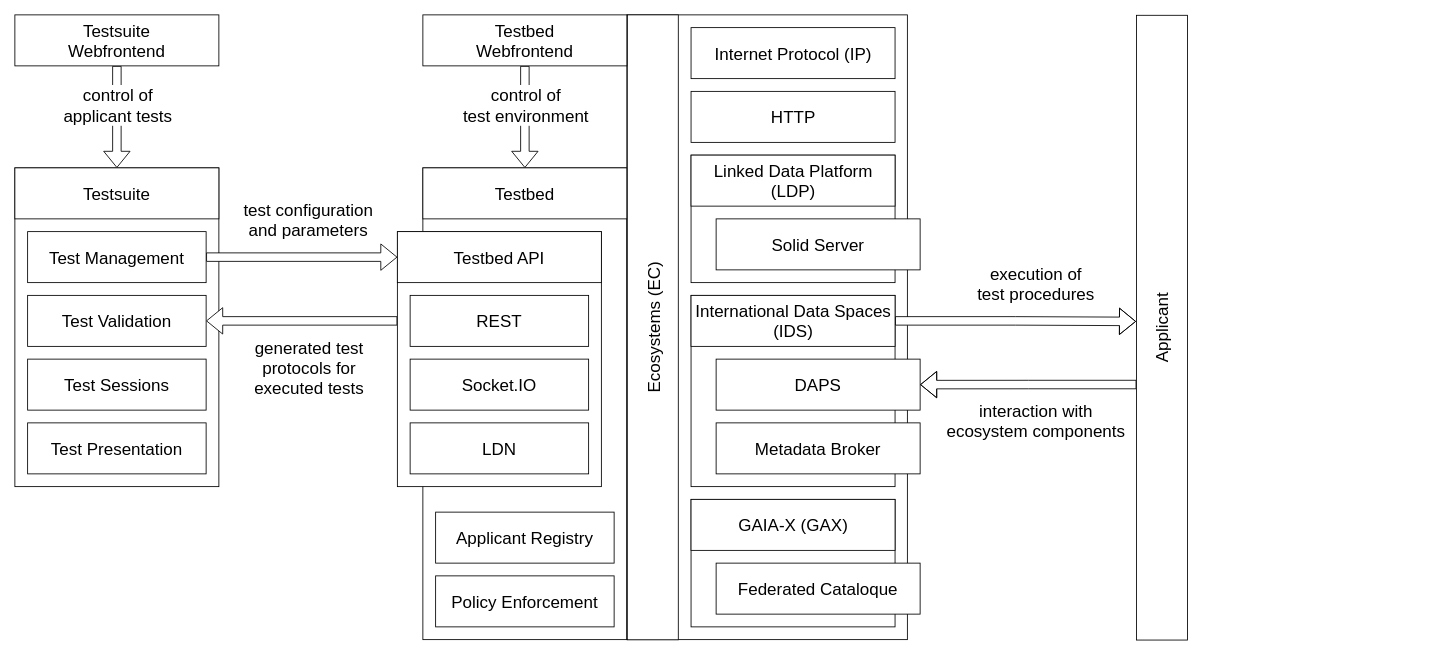
Above: documentation/tb-schema.drawio in nicosResearchAndDevelopment/fua.app.testbed (draw.io), before the change. Source tidied: cells renumbered, new cells numbered last; positions are measured from the earlier drawing's top-left corner, leaving out a move shared by most shapes. Both pictures are drawn from the tidied source at 85%, with x=0, y=0 at pixel (14, 14).
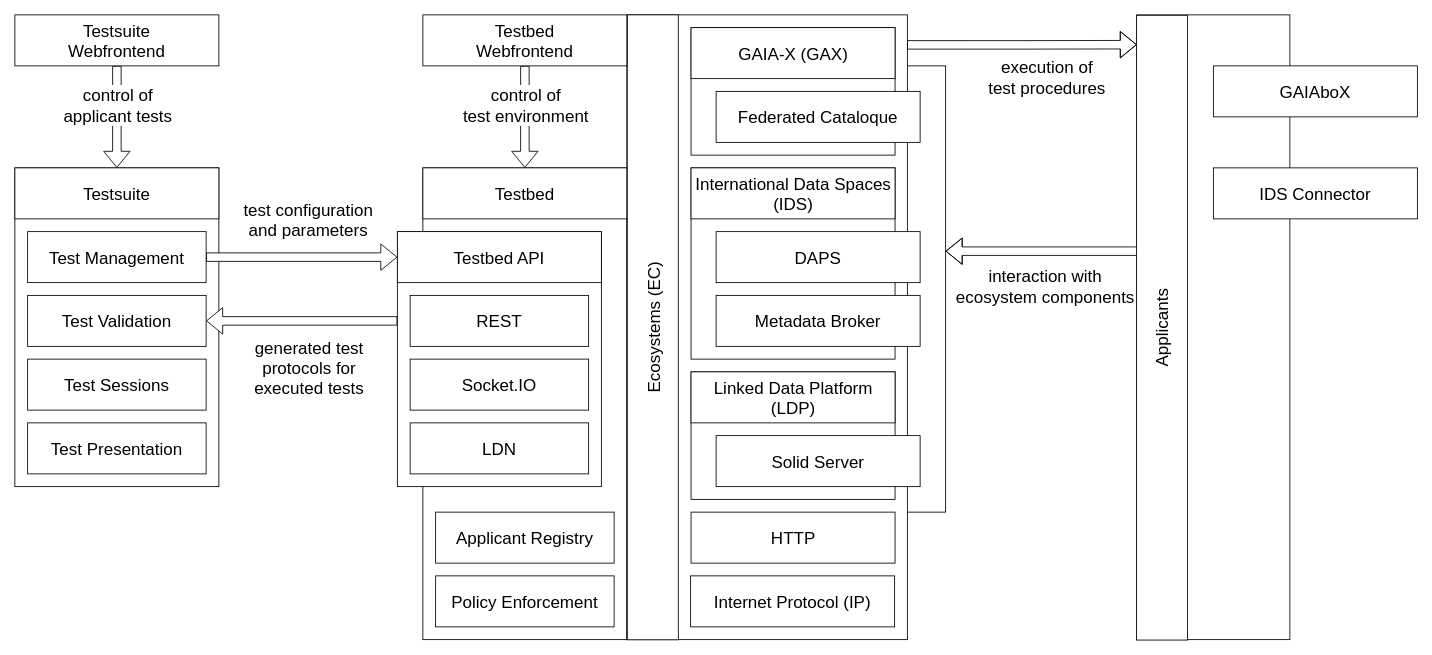
The same diagram, later.

The change refers to these unchanged cells:
```xml
<mxCell id="4" style="rounded=0;whiteSpace=wrap;html=1;fontFamily=Helvetica;fontSize=20;" parent="1" vertex="1">
  <mxGeometry x="720" width="330" height="735" as="geometry" />
</mxCell>
```

Change to the diagram source:
```diff
@@
+    <mxCell id="46" style="rounded=0;whiteSpace=wrap;html=1;fontFamily=Helvetica;fontSize=20;" parent="1" vertex="1">
+      <mxGeometry x="1320" width="180" height="735" as="geometry" />
+    </mxCell>
+    <mxCell id="47" style="rounded=0;whiteSpace=wrap;html=1;" parent="1" vertex="1">
+      <mxGeometry x="810" y="60" width="285" height="525" as="geometry" />
+    </mxCell>
@@
+    <mxCell id="48" style="edgeStyle=orthogonalEdgeStyle;rounded=0;jettySize=auto;html=1;shape=flexArrow;fillColor=#ffffff;exitX=0.999;exitY=0.048;exitDx=0;exitDy=0;exitPerimeter=0;entryX=0.953;entryY=0.008;entryDx=0;entryDy=0;entryPerimeter=0;" parent="1" edge="1" source="4" target="24">
+      <mxGeometry relative="1" as="geometry" />
+    </mxCell>
+    <mxCell id="15" value="&lt;span style=&quot;font-size: 20px;&quot;&gt;execution of&lt;/span&gt;&lt;br style=&quot;font-size: 20px;&quot;&gt;&lt;span style=&quot;font-size: 20px;&quot;&gt;test procedures&lt;/span&gt;" style="edgeLabel;html=1;align=center;verticalAlign=middle;fontSize=20;" parent="48" vertex="1">
+      <mxGeometry x="0.21" y="1" relative="1" as="geometry">
+        <mxPoint y="38" as="offset" />
+      </mxGeometry>
+    </mxCell>
@@
     <mxCell id="5" style="rounded=0;whiteSpace=wrap;html=1;fontFamily=Helvetica;fontSize=20;" parent="1" vertex="1">
-      <mxGeometry x="795.5" y="165" width="240" height="150" as="geometry" />
+      <mxGeometry x="795.5" y="420" width="240" height="150" as="geometry" />
     </mxCell>
     <mxCell id="6" style="rounded=0;whiteSpace=wrap;html=1;fontFamily=Helvetica;fontSize=20;" parent="1" vertex="1">
-      <mxGeometry x="795.5" y="570" width="240" height="150" as="geometry" />
+      <mxGeometry x="795.5" y="15" width="240" height="150" as="geometry" />
     </mxCell>
     <mxCell id="7" style="rounded=0;whiteSpace=wrap;html=1;fontFamily=Helvetica;fontSize=20;" parent="1" vertex="1">
-      <mxGeometry x="795.5" y="330" width="240" height="225" as="geometry" />
+      <mxGeometry x="795.5" y="180" width="240" height="225" as="geometry" />
     </mxCell>
@@
     <mxCell id="11" value="Internet Protocol (IP)" style="rounded=0;whiteSpace=wrap;html=1;fontSize=20;fontFamily=Helvetica;" parent="1" vertex="1">
-      <mxGeometry x="795.5" y="15" width="240" height="60" as="geometry" />
+      <mxGeometry x="795" y="660" width="240" height="60" as="geometry" />
     </mxCell>
     <mxCell id="12" value="HTTP" style="rounded=0;whiteSpace=wrap;html=1;fontSize=20;fontFamily=Helvetica;" parent="1" vertex="1">
-      <mxGeometry x="795.5" y="90" width="240" height="60" as="geometry" />
+      <mxGeometry x="795.5" y="585" width="240" height="60" as="geometry" />
     </mxCell>
     <mxCell id="13" value="Linked Data Platform (LDP)" style="rounded=0;whiteSpace=wrap;html=1;fontSize=20;fontFamily=Helvetica;" parent="1" vertex="1">
-      <mxGeometry x="795.5" y="165" width="240" height="60" as="geometry" />
+      <mxGeometry x="795.5" y="420" width="240" height="60" as="geometry" />
     </mxCell>
-    <mxCell id="14" style="edgeStyle=orthogonalEdgeStyle;rounded=0;jettySize=auto;html=1;exitX=1;exitY=0.5;exitDx=0;exitDy=0;entryX=0.51;entryY=-0.008;entryDx=0;entryDy=0;fontFamily=Helvetica;fontSize=20;verticalAlign=middle;shape=flexArrow;entryPerimeter=0;fillColor=#ffffff;" parent="1" edge="1" source="16" target="24">
-      <mxGeometry relative="1" as="geometry" />
-    </mxCell>
-    <mxCell id="15" value="execution of&lt;br&gt;test procedures" style="edgeLabel;html=1;align=center;verticalAlign=middle;fontSize=20;fontFamily=Helvetica;" parent="14" vertex="1">
-      <mxGeometry x="-0.14" y="-1" relative="1" as="geometry">
-        <mxPoint x="43" y="-46" as="offset" />
-      </mxGeometry>
-    </mxCell>
     <mxCell id="16" value="International Data Spaces (IDS)" style="rounded=0;whiteSpace=wrap;html=1;fontSize=20;fontFamily=Helvetica;" parent="1" vertex="1">
-      <mxGeometry x="795.5" y="330" width="240" height="60" as="geometry" />
+      <mxGeometry x="795.5" y="180" width="240" height="60" as="geometry" />
     </mxCell>
     <mxCell id="17" value="GAIA-X (GAX)" style="rounded=0;whiteSpace=wrap;html=1;fontSize=20;fontFamily=Helvetica;" parent="1" vertex="1">
-      <mxGeometry x="795.5" y="570" width="240" height="60" as="geometry" />
+      <mxGeometry x="795.5" y="15" width="240" height="60" as="geometry" />
     </mxCell>
     <mxCell id="18" value="DAPS" style="rounded=0;whiteSpace=wrap;html=1;fontSize=20;fontFamily=Helvetica;" parent="1" vertex="1">
-      <mxGeometry x="825" y="405" width="240" height="60" as="geometry" />
+      <mxGeometry x="825" y="255" width="240" height="60" as="geometry" />
     </mxCell>
     <mxCell id="19" value="Metadata Broker" style="rounded=0;whiteSpace=wrap;html=1;fontSize=20;fontFamily=Helvetica;" parent="1" vertex="1">
-      <mxGeometry x="825" y="480" width="240" height="60" as="geometry" />
+      <mxGeometry x="825" y="330" width="240" height="60" as="geometry" />
     </mxCell>
     <mxCell id="20" value="Federated Cataloque" style="rounded=0;whiteSpace=wrap;html=1;fontSize=20;fontFamily=Helvetica;" parent="1" vertex="1">
-      <mxGeometry x="825" y="645" width="240" height="60" as="geometry" />
+      <mxGeometry x="825" y="90" width="240" height="60" as="geometry" />
     </mxCell>
     <mxCell id="21" value="Solid Server" style="rounded=0;whiteSpace=wrap;html=1;fontSize=20;fontFamily=Helvetica;" parent="1" vertex="1">
-      <mxGeometry x="825" y="240" width="240" height="60" as="geometry" />
+      <mxGeometry x="825" y="495" width="240" height="60" as="geometry" />
     </mxCell>
-    <mxCell id="22" style="edgeStyle=orthogonalEdgeStyle;shape=flexArrow;rounded=0;jettySize=auto;html=1;exitX=0.409;exitY=0;exitDx=0;exitDy=0;entryX=1;entryY=0.5;entryDx=0;entryDy=0;fontFamily=Helvetica;fontSize=20;verticalAlign=middle;exitPerimeter=0;fillColor=#ffffff;" parent="1" edge="1" source="24" target="18">
-      <mxGeometry relative="1" as="geometry" />
+    <mxCell id="22" style="edgeStyle=orthogonalEdgeStyle;shape=flexArrow;rounded=0;jettySize=auto;html=1;fontFamily=Helvetica;fontSize=20;verticalAlign=middle;fillColor=#ffffff;exitX=0.63;exitY=0.011;exitDx=0;exitDy=0;exitPerimeter=0;" parent="1" edge="1" source="24">
+      <mxGeometry relative="1" as="geometry">
+        <mxPoint x="1095" y="278" as="targetPoint" />
+        <Array as="points">
+          <mxPoint x="1320" y="278" />
+        </Array>
+      </mxGeometry>
     </mxCell>
     <mxCell id="23" value="interaction with&lt;br&gt;ecosystem components" style="edgeLabel;html=1;align=center;verticalAlign=middle;fontSize=20;fontFamily=Helvetica;" parent="22" vertex="1">
       <mxGeometry x="-0.19" y="4" relative="1" as="geometry">
-        <mxPoint x="-16" y="38" as="offset" />
+        <mxPoint x="-21" y="36" as="offset" />
       </mxGeometry>
     </mxCell>
-    <mxCell id="24" value="Applicant" style="rounded=0;whiteSpace=wrap;html=1;fontSize=20;fontFamily=Helvetica;rotation=-90;" parent="1" vertex="1">
+    <mxCell id="24" value="Applicants" style="rounded=0;whiteSpace=wrap;html=1;fontSize=20;fontFamily=Helvetica;rotation=-90;" parent="1" vertex="1">
       <mxGeometry x="982" y="338" width="735" height="60" as="geometry" />
     </mxCell>
@@
+    <mxCell id="49" value="GAIAboX" style="rounded=0;whiteSpace=wrap;html=1;fontSize=20;fontFamily=Helvetica;" parent="1" vertex="1">
+      <mxGeometry x="1410" y="60" width="240" height="60" as="geometry" />
+    </mxCell>
+    <mxCell id="50" value="IDS Connector" style="rounded=0;whiteSpace=wrap;html=1;fontSize=20;fontFamily=Helvetica;" parent="1" vertex="1">
+      <mxGeometry x="1410" y="180" width="240" height="60" as="geometry" />
+    </mxCell>
```
